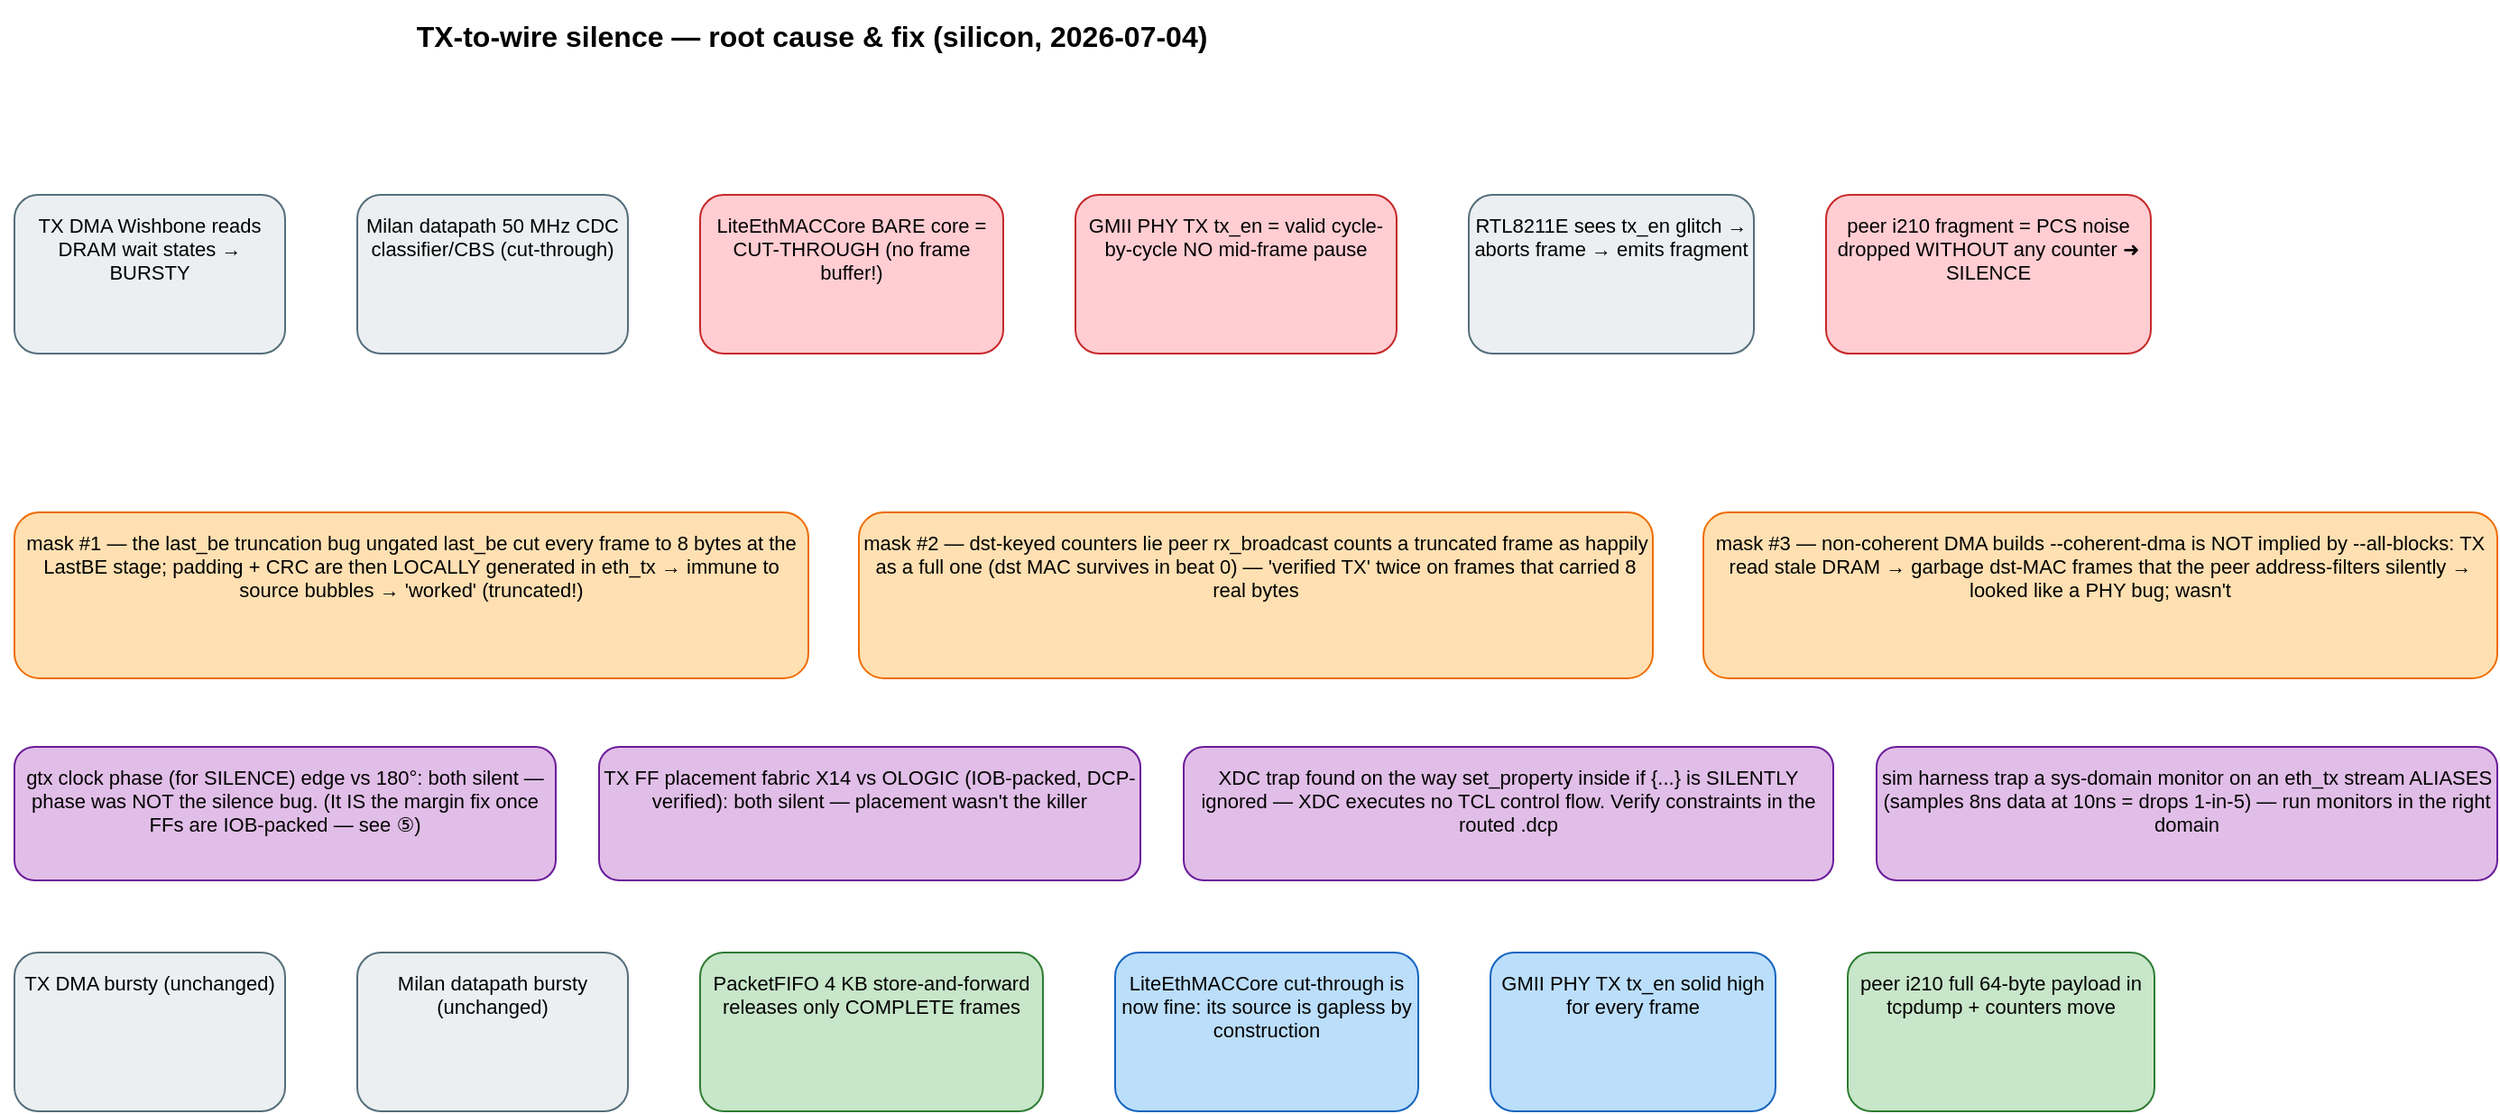
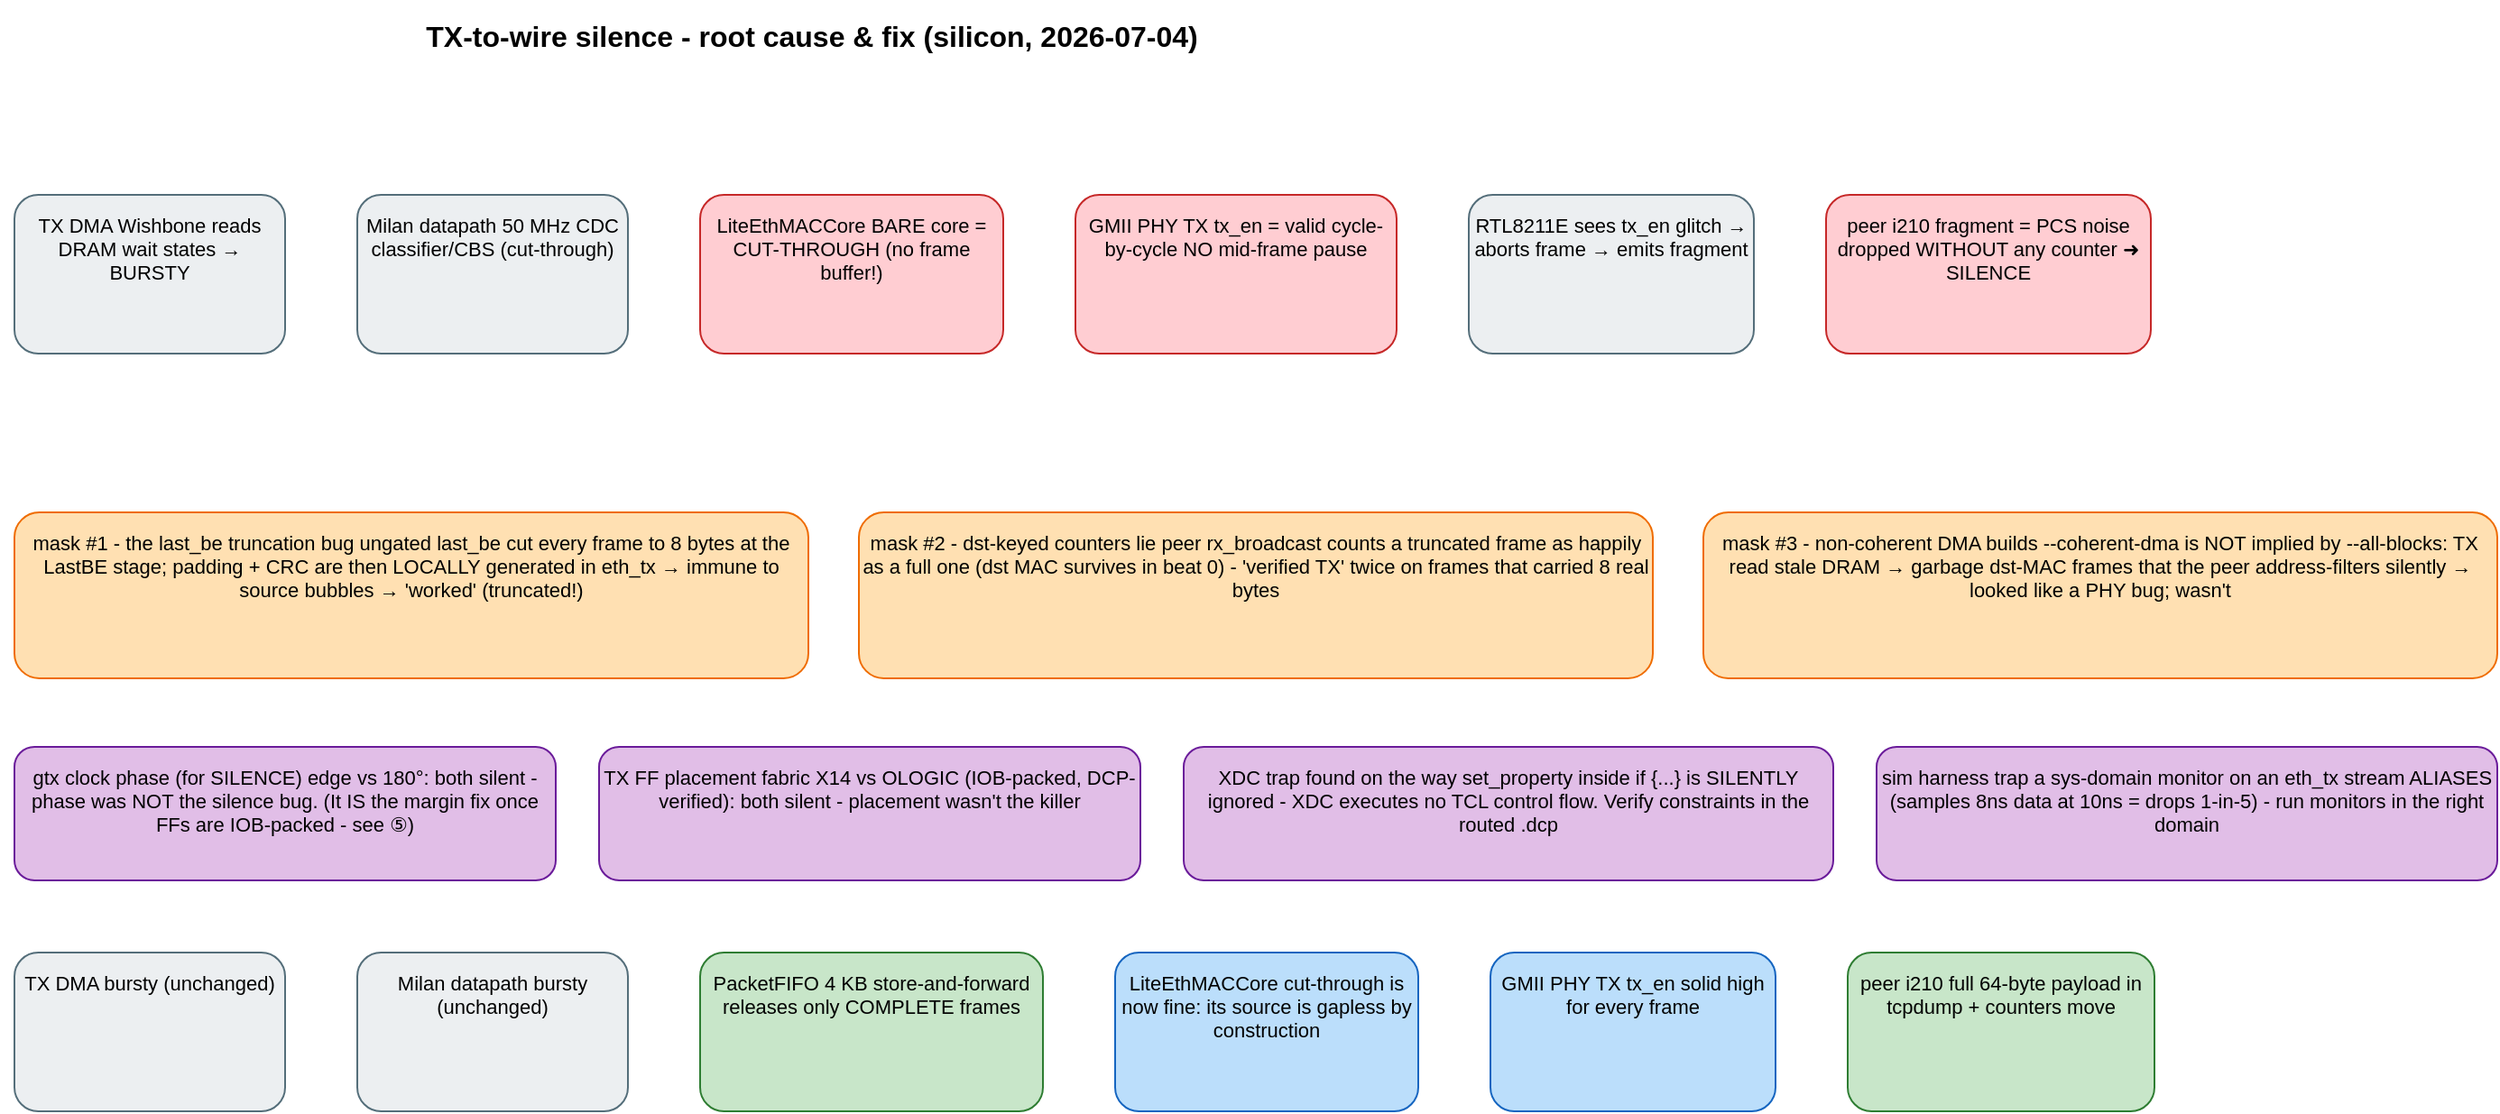
- <mxfile host="app.diagrams.net"><diagram name="tx-starvation-fix"><mxGraphModel dx="1400" dy="1000" grid="0" page="1" pageWidth="1500" pageHeight="892"><root><mxCell id="0"/><mxCell id="1" parent="0"/><mxCell id="n2" value="TX-to-wire silence — root cause &amp; fix (silicon, 2026-07-04)" style="rounded=1;whiteSpace=wrap;html=1;fillColor=none;strokeColor=none;fontSize=16;verticalAlign=top;spacingTop=4;fontStyle=1;" vertex="1" parent="1"><mxGeometry x="20" y="10" width="900" height="30" as="geometry"/></mxCell><mxCell id="n3" value="TX DMA
+ <mxfile host="app.diagrams.net"><diagram name="tx-starvation-fix"><mxGraphModel dx="1400" dy="1000" grid="0" page="1" pageWidth="1500" pageHeight="892"><root><mxCell id="0"/><mxCell id="1" parent="0"/><mxCell id="n2" value="TX-to-wire silence  -  root cause &amp; fix (silicon, 2026-07-04)" style="rounded=1;whiteSpace=wrap;html=1;fillColor=none;strokeColor=none;fontSize=16;verticalAlign=top;spacingTop=4;fontStyle=1;" vertex="1" parent="1"><mxGeometry x="20" y="10" width="900" height="30" as="geometry"/></mxCell><mxCell id="n3" value="TX DMA
Wishbone reads
DRAM wait states
→ BURSTY" style="rounded=1;whiteSpace=wrap;html=1;fillColor=#ECEFF1;strokeColor=#546E7A;fontSize=11;verticalAlign=top;spacingTop=4;" vertex="1" parent="1"><mxGeometry x="28" y="118" width="150" height="88" as="geometry"/></mxCell><mxCell id="n4" value="Milan datapath
50 MHz CDC
classifier/CBS
(cut-through)" style="rounded=1;whiteSpace=wrap;html=1;fillColor=#ECEFF1;strokeColor=#546E7A;fontSize=11;verticalAlign=top;spacingTop=4;" vertex="1" parent="1"><mxGeometry x="218" y="118" width="150" height="88" as="geometry"/></mxCell><mxCell id="n5" value="LiteEthMACCore
BARE core =
CUT-THROUGH
(no frame buffer!)" style="rounded=1;whiteSpace=wrap;html=1;fillColor=#FFCDD2;strokeColor=#C62828;fontSize=11;verticalAlign=top;spacingTop=4;" vertex="1" parent="1"><mxGeometry x="408" y="118" width="168" height="88" as="geometry"/></mxCell><mxCell id="n6" value="GMII PHY TX
tx_en = valid
cycle-by-cycle
NO mid-frame pause" style="rounded=1;whiteSpace=wrap;html=1;fillColor=#FFCDD2;strokeColor=#C62828;fontSize=11;verticalAlign=top;spacingTop=4;" vertex="1" parent="1"><mxGeometry x="616" y="118" width="178" height="88" as="geometry"/></mxCell><mxCell id="n7" value="RTL8211E
sees tx_en glitch
→ aborts frame
→ emits fragment" style="rounded=1;whiteSpace=wrap;html=1;fillColor=#ECEFF1;strokeColor=#546E7A;fontSize=11;verticalAlign=top;spacingTop=4;" vertex="1" parent="1"><mxGeometry x="834" y="118" width="158" height="88" as="geometry"/></mxCell><mxCell id="n8" value="peer i210
fragment = PCS noise
dropped WITHOUT
- any counter ➜ SILENCE" style="rounded=1;whiteSpace=wrap;html=1;fillColor=#FFCDD2;strokeColor=#C62828;fontSize=11;verticalAlign=top;spacingTop=4;" vertex="1" parent="1"><mxGeometry x="1032" y="118" width="180" height="88" as="geometry"/></mxCell><mxCell id="n9" value="mask #1 — the last_be truncation bug
+ any counter ➜ SILENCE" style="rounded=1;whiteSpace=wrap;html=1;fillColor=#FFCDD2;strokeColor=#C62828;fontSize=11;verticalAlign=top;spacingTop=4;" vertex="1" parent="1"><mxGeometry x="1032" y="118" width="180" height="88" as="geometry"/></mxCell><mxCell id="n9" value="mask #1  -  the last_be truncation bug
ungated last_be cut every frame to 8 bytes at the LastBE stage;
padding + CRC are then LOCALLY generated in eth_tx
- → immune to source bubbles → &#x27;worked&#x27; (truncated!)" style="rounded=1;whiteSpace=wrap;html=1;fillColor=#FFE0B2;strokeColor=#EF6C00;fontSize=11;verticalAlign=top;spacingTop=4;" vertex="1" parent="1"><mxGeometry x="28" y="294" width="440" height="92" as="geometry"/></mxCell><mxCell id="n10" value="mask #2 — dst-keyed counters lie
+ → immune to source bubbles → &#x27;worked&#x27; (truncated!)" style="rounded=1;whiteSpace=wrap;html=1;fillColor=#FFE0B2;strokeColor=#EF6C00;fontSize=11;verticalAlign=top;spacingTop=4;" vertex="1" parent="1"><mxGeometry x="28" y="294" width="440" height="92" as="geometry"/></mxCell><mxCell id="n10" value="mask #2  -  dst-keyed counters lie
peer rx_broadcast counts a truncated frame as happily as
- a full one (dst MAC survives in beat 0) — &#x27;verified TX&#x27;
- twice on frames that carried 8 real bytes" style="rounded=1;whiteSpace=wrap;html=1;fillColor=#FFE0B2;strokeColor=#EF6C00;fontSize=11;verticalAlign=top;spacingTop=4;" vertex="1" parent="1"><mxGeometry x="496" y="294" width="440" height="92" as="geometry"/></mxCell><mxCell id="n11" value="mask #3 — non-coherent DMA builds
+ a full one (dst MAC survives in beat 0)  -  &#x27;verified TX&#x27;
+ twice on frames that carried 8 real bytes" style="rounded=1;whiteSpace=wrap;html=1;fillColor=#FFE0B2;strokeColor=#EF6C00;fontSize=11;verticalAlign=top;spacingTop=4;" vertex="1" parent="1"><mxGeometry x="496" y="294" width="440" height="92" as="geometry"/></mxCell><mxCell id="n11" value="mask #3  -  non-coherent DMA builds
--coherent-dma is NOT implied by --all-blocks: TX read stale
DRAM → garbage dst-MAC frames that the peer address-filters
silently → looked like a PHY bug; wasn&#x27;t" style="rounded=1;whiteSpace=wrap;html=1;fillColor=#FFE0B2;strokeColor=#EF6C00;fontSize=11;verticalAlign=top;spacingTop=4;" vertex="1" parent="1"><mxGeometry x="964" y="294" width="440" height="92" as="geometry"/></mxCell><mxCell id="n12" value="gtx clock phase (for SILENCE)
- edge vs 180°: both silent — phase was
+ edge vs 180°: both silent  -  phase was
NOT the silence bug. (It IS the margin
- fix once FFs are IOB-packed — see ⑤)" style="rounded=1;whiteSpace=wrap;html=1;fillColor=#E1BEE7;strokeColor=#6A1B9A;fontSize=11;verticalAlign=top;spacingTop=4;" vertex="1" parent="1"><mxGeometry x="28" y="424" width="300" height="74" as="geometry"/></mxCell><mxCell id="n13" value="TX FF placement
+ fix once FFs are IOB-packed  -  see ⑤)" style="rounded=1;whiteSpace=wrap;html=1;fillColor=#E1BEE7;strokeColor=#6A1B9A;fontSize=11;verticalAlign=top;spacingTop=4;" vertex="1" parent="1"><mxGeometry x="28" y="424" width="300" height="74" as="geometry"/></mxCell><mxCell id="n13" value="TX FF placement
fabric X14 vs OLOGIC (IOB-packed,
- DCP-verified): both silent —
+ DCP-verified): both silent  -
placement wasn&#x27;t the killer" style="rounded=1;whiteSpace=wrap;html=1;fillColor=#E1BEE7;strokeColor=#6A1B9A;fontSize=11;verticalAlign=top;spacingTop=4;" vertex="1" parent="1"><mxGeometry x="352" y="424" width="300" height="74" as="geometry"/></mxCell><mxCell id="n14" value="XDC trap found on the way
set_property inside if {...} is SILENTLY
- ignored — XDC executes no TCL control flow.
+ ignored  -  XDC executes no TCL control flow.
Verify constraints in the routed .dcp" style="rounded=1;whiteSpace=wrap;html=1;fillColor=#E1BEE7;strokeColor=#6A1B9A;fontSize=11;verticalAlign=top;spacingTop=4;" vertex="1" parent="1"><mxGeometry x="676" y="424" width="360" height="74" as="geometry"/></mxCell><mxCell id="n15" value="sim harness trap
a sys-domain monitor on an eth_tx stream
ALIASES (samples 8ns data at 10ns = drops
- 1-in-5) — run monitors in the right domain" style="rounded=1;whiteSpace=wrap;html=1;fillColor=#E1BEE7;strokeColor=#6A1B9A;fontSize=11;verticalAlign=top;spacingTop=4;" vertex="1" parent="1"><mxGeometry x="1060" y="424" width="344" height="74" as="geometry"/></mxCell><mxCell id="n16" value="TX DMA
+ 1-in-5)  -  run monitors in the right domain" style="rounded=1;whiteSpace=wrap;html=1;fillColor=#E1BEE7;strokeColor=#6A1B9A;fontSize=11;verticalAlign=top;spacingTop=4;" vertex="1" parent="1"><mxGeometry x="1060" y="424" width="344" height="74" as="geometry"/></mxCell><mxCell id="n16" value="TX DMA
bursty
(unchanged)" style="rounded=1;whiteSpace=wrap;html=1;fillColor=#ECEFF1;strokeColor=#546E7A;fontSize=11;verticalAlign=top;spacingTop=4;" vertex="1" parent="1"><mxGeometry x="28" y="538" width="150" height="88" as="geometry"/></mxCell><mxCell id="n17" value="Milan datapath
bursty
(unchanged)" style="rounded=1;whiteSpace=wrap;html=1;fillColor=#ECEFF1;strokeColor=#546E7A;fontSize=11;verticalAlign=top;spacingTop=4;" vertex="1" parent="1"><mxGeometry x="218" y="538" width="150" height="88" as="geometry"/></mxCell><mxCell id="n18" value="PacketFIFO 4 KB
store-and-forward
releases only
COMPLETE frames" style="rounded=1;whiteSpace=wrap;html=1;fillColor=#C8E6C9;strokeColor=#2E7D32;fontSize=11;verticalAlign=top;spacingTop=4;" vertex="1" parent="1"><mxGeometry x="408" y="538" width="190" height="88" as="geometry"/></mxCell><mxCell id="n19" value="LiteEthMACCore
cut-through is now
fine: its source is
gapless by construction" style="rounded=1;whiteSpace=wrap;html=1;fillColor=#BBDEFB;strokeColor=#1565C0;fontSize=11;verticalAlign=top;spacingTop=4;" vertex="1" parent="1"><mxGeometry x="638" y="538" width="168" height="88" as="geometry"/></mxCell><mxCell id="n20" value="GMII PHY TX
tx_en solid high
for every frame" style="rounded=1;whiteSpace=wrap;html=1;fillColor=#BBDEFB;strokeColor=#1565C0;fontSize=11;verticalAlign=top;spacingTop=4;" vertex="1" parent="1"><mxGeometry x="846" y="538" width="158" height="88" as="geometry"/></mxCell><mxCell id="n21" value="peer i210
full 64-byte payload
in tcpdump +
counters move" style="rounded=1;whiteSpace=wrap;html=1;fillColor=#C8E6C9;strokeColor=#2E7D32;fontSize=11;verticalAlign=top;spacingTop=4;" vertex="1" parent="1"><mxGeometry x="1044" y="538" width="170" height="88" as="geometry"/></mxCell></root></mxGraphModel></diagram></mxfile>